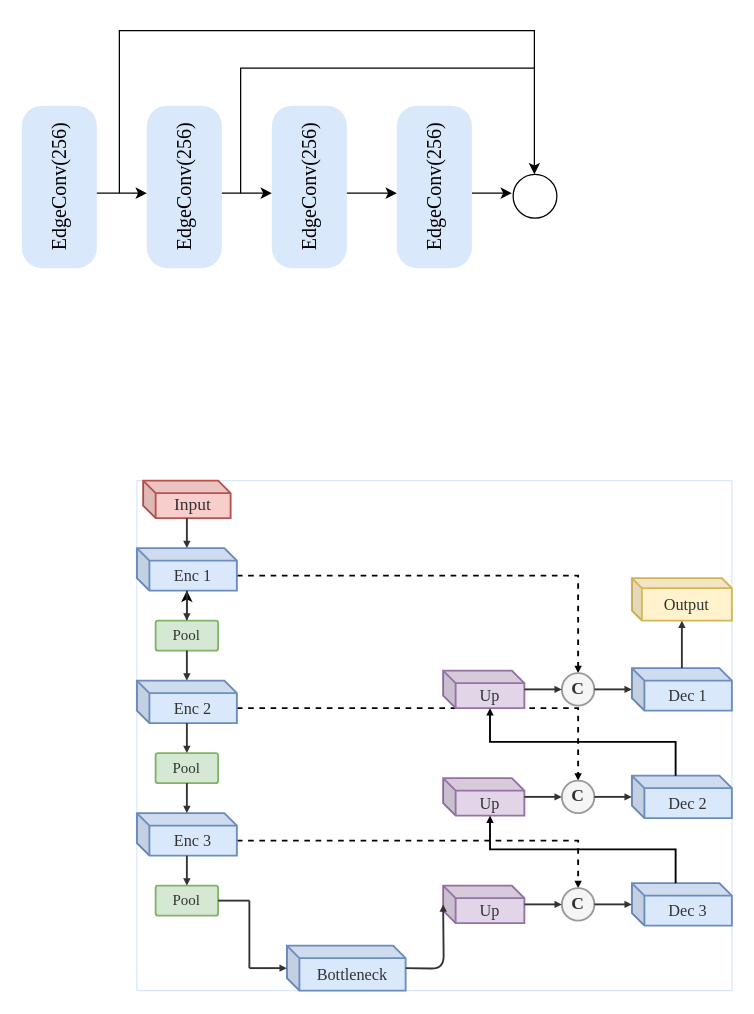
The draw.io diagram DrivAerNet_RegGDCNN.drawio in bojunZhang-heng/science_drawing, before the edit. Source tidied: cells renumbered, new cells numbered last; positions are measured from the earlier drawing's top-left corner, leaving out a move shared by most shapes. Both pictures are drawn from the tidied source at 125%, with x=0, y=0 at pixel (-22, 30).
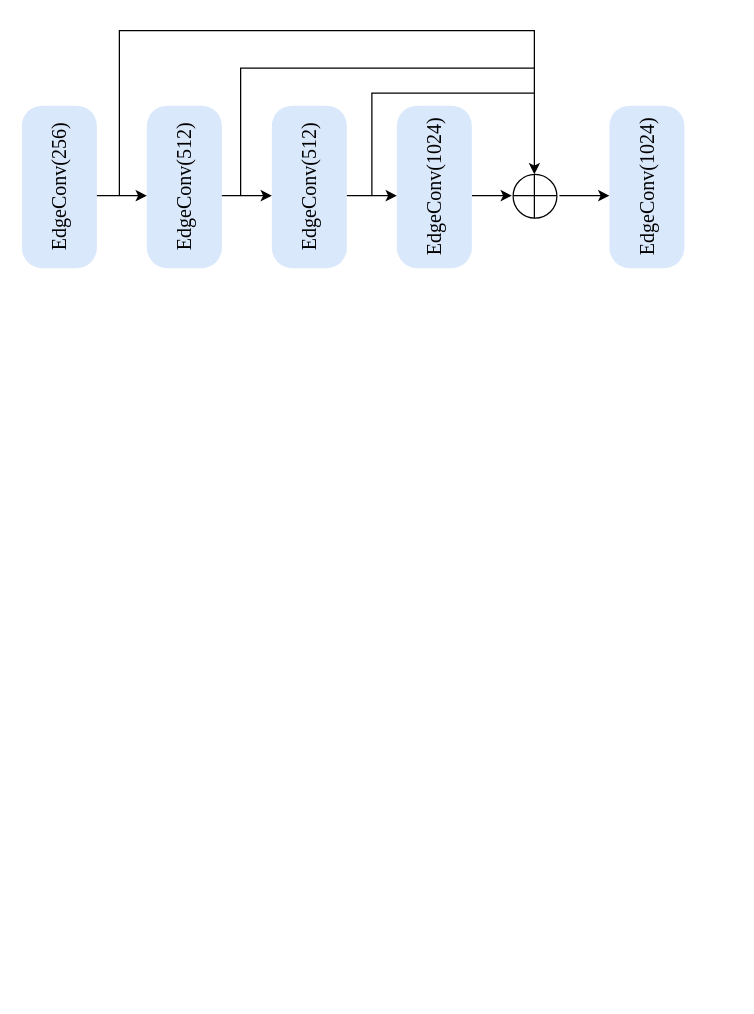
After the change.

Diff of the diagram source:
```diff
@@
-    <mxCell id="3" style="group;strokeColor=#DAE8FC;" parent="1" vertex="1">
-      <mxGeometry x="127" y="360" width="476" height="408" as="geometry" />
-    </mxCell>
-    <mxCell id="4" value="Input" style="shape=cube;whiteSpace=wrap;html=1;boundedLbl=1;backgroundOutline=1;darkOpacity=0.05;darkOpacity2=0.1;size=10;fillColor=#F8CECC;strokeColor=#B85450;fontColor=#333333;strokeWidth=1.5;fontSize=14;fontFamily=Times New Roman;verticalAlign=middle;" parent="3" vertex="1">
-      <mxGeometry x="5" width="70" height="30" as="geometry" />
-    </mxCell>
-    <mxCell id="5" style="edgeStyle=orthogonalEdgeStyle;shape=connector;rounded=0;jettySize=auto;html=1;exitX=0;exitY=0;exitDx=80;exitDy=22;exitPerimeter=0;entryX=0.5;entryY=0;entryDx=0;entryDy=0;strokeColor=default;strokeWidth=1.5;align=center;verticalAlign=middle;fontFamily=Helvetica;fontSize=11;fontColor=default;endArrow=block;endFill=1;endSize=2;dashed=1;defaultLabelBackgroundColor=page;" parent="3" edge="1" source="6" target="23">
-      <mxGeometry relative="1" as="geometry" />
-    </mxCell>
-    <mxCell id="6" value="Enc 1" style="shape=cube;whiteSpace=wrap;html=1;boundedLbl=1;backgroundOutline=1;darkOpacity=0.05;darkOpacity2=0.1;size=10;fillColor=#DAE8FC;strokeColor=#6C8EBF;fontColor=#333333;strokeWidth=1.5;fontSize=13;fontFamily=Times New Roman;verticalAlign=middle;" parent="3" vertex="1">
-      <mxGeometry y="54" width="80" height="34" as="geometry" />
-    </mxCell>
-    <mxCell id="7" style="edgeStyle=orthogonalEdgeStyle;rounded=0;jettySize=auto;html=1;defaultLabelBackgroundColor=page;" parent="3" edge="1" source="8" target="6">
-      <mxGeometry relative="1" as="geometry" />
-    </mxCell>
-    <mxCell id="8" value="Pool" style="rounded=1;arcSize=8;whiteSpace=wrap;html=1;fillColor=#D5E8D4;strokeColor=#82B366;fontColor=#333333;strokeWidth=1.5;fontSize=12;fontFamily=Times New Roman;" parent="3" vertex="1">
-      <mxGeometry x="15" y="112" width="50" height="24" as="geometry" />
-    </mxCell>
-    <mxCell id="9" style="edgeStyle=orthogonalEdgeStyle;shape=connector;rounded=0;jettySize=auto;html=1;exitX=0;exitY=0;exitDx=80;exitDy=22;exitPerimeter=0;entryX=0.5;entryY=0;entryDx=0;entryDy=0;strokeColor=default;strokeWidth=1.5;align=center;verticalAlign=middle;fontFamily=Helvetica;fontSize=11;fontColor=default;endArrow=block;endFill=1;endSize=2;dashed=1;defaultLabelBackgroundColor=page;" parent="3" edge="1" source="10" target="20">
-      <mxGeometry relative="1" as="geometry" />
-    </mxCell>
-    <mxCell id="10" value="Enc 2" style="shape=cube;whiteSpace=wrap;html=1;boundedLbl=1;backgroundOutline=1;darkOpacity=0.05;darkOpacity2=0.1;size=10;fillColor=#DAE8FC;strokeColor=#6C8EBF;fontColor=#333333;strokeWidth=1.5;fontSize=13;fontFamily=Times New Roman;verticalAlign=middle;" parent="3" vertex="1">
-      <mxGeometry y="160" width="80" height="34" as="geometry" />
-    </mxCell>
-    <mxCell id="11" value="Pool" style="rounded=1;arcSize=8;whiteSpace=wrap;html=1;fillColor=#D5E8D4;strokeColor=#82B366;fontColor=#333333;strokeWidth=1.5;fontSize=12;fontFamily=Times New Roman;" parent="3" vertex="1">
-      <mxGeometry x="15" y="218" width="50" height="24" as="geometry" />
-    </mxCell>
-    <mxCell id="12" style="edgeStyle=orthogonalEdgeStyle;rounded=0;jettySize=auto;html=1;exitX=0;exitY=0;exitDx=80;exitDy=22;exitPerimeter=0;entryX=0.5;entryY=0;entryDx=0;entryDy=0;endSize=2;strokeWidth=1.5;endArrow=block;endFill=1;dashed=1;defaultLabelBackgroundColor=page;" parent="3" edge="1" source="13" target="17">
-      <mxGeometry relative="1" as="geometry" />
-    </mxCell>
-    <mxCell id="13" value="Enc 3" style="shape=cube;whiteSpace=wrap;html=1;boundedLbl=1;backgroundOutline=1;darkOpacity=0.05;darkOpacity2=0.1;size=10;fillColor=#DAE8FC;strokeColor=#6C8EBF;fontColor=#333333;strokeWidth=1.5;fontSize=13;fontFamily=Times New Roman;verticalAlign=middle;" parent="3" vertex="1">
-      <mxGeometry y="266" width="80" height="34" as="geometry" />
-    </mxCell>
-    <mxCell id="14" value="Pool" style="rounded=1;arcSize=8;whiteSpace=wrap;html=1;fillColor=#D5E8D4;strokeColor=#82B366;fontColor=#333333;strokeWidth=1.5;fontSize=12;fontFamily=Times New Roman;" parent="3" vertex="1">
-      <mxGeometry x="15" y="324" width="50" height="24" as="geometry" />
-    </mxCell>
-    <mxCell id="15" value="Bottleneck" style="shape=cube;whiteSpace=wrap;html=1;boundedLbl=1;backgroundOutline=1;darkOpacity=0.05;darkOpacity2=0.1;size=10;fillColor=#DAE8FC;strokeColor=#6C8EBF;fontColor=#333333;strokeWidth=1.5;fontSize=13;fontFamily=Times New Roman;verticalAlign=middle;" parent="3" vertex="1">
-      <mxGeometry x="120" y="372" width="95" height="36" as="geometry" />
-    </mxCell>
-    <mxCell id="16" value="Up" style="shape=cube;whiteSpace=wrap;html=1;boundedLbl=1;backgroundOutline=1;darkOpacity=0.05;darkOpacity2=0.1;size=10;fillColor=#E1D5E7;strokeColor=#9673A6;fontColor=#333333;strokeWidth=1.5;fontSize=13;fontFamily=Times New Roman;verticalAlign=middle;" parent="3" vertex="1">
-      <mxGeometry x="245" y="324" width="65" height="30" as="geometry" />
-    </mxCell>
-    <mxCell id="17" value="C" style="shape=ellipse;whiteSpace=wrap;html=1;fillColor=#F5F5F5;strokeColor=#999999;fontColor=#333333;strokeWidth=1.5;fontSize=14;fontFamily=Times New Roman;fontStyle=1;" parent="3" vertex="1">
-      <mxGeometry x="340" y="326" width="26" height="26" as="geometry" />
-    </mxCell>
-    <mxCell id="18" value="Dec 3" style="shape=cube;whiteSpace=wrap;html=1;boundedLbl=1;backgroundOutline=1;darkOpacity=0.05;darkOpacity2=0.1;size=10;fillColor=#DAE8FC;strokeColor=#6C8EBF;fontColor=#333333;strokeWidth=1.5;fontSize=13;fontFamily=Times New Roman;verticalAlign=middle;" parent="3" vertex="1">
-      <mxGeometry x="396" y="322" width="80" height="34" as="geometry" />
-    </mxCell>
-    <mxCell id="19" value="Up" style="shape=cube;whiteSpace=wrap;html=1;boundedLbl=1;backgroundOutline=1;darkOpacity=0.05;darkOpacity2=0.1;size=10;fillColor=#E1D5E7;strokeColor=#9673A6;fontColor=#333333;strokeWidth=1.5;fontSize=13;fontFamily=Times New Roman;verticalAlign=middle;" parent="3" vertex="1">
-      <mxGeometry x="245" y="238" width="65" height="30" as="geometry" />
-    </mxCell>
-    <mxCell id="20" value="C" style="shape=ellipse;whiteSpace=wrap;html=1;fillColor=#F5F5F5;strokeColor=#999999;fontColor=#333333;strokeWidth=1.5;fontSize=14;fontFamily=Times New Roman;fontStyle=1;" parent="3" vertex="1">
-      <mxGeometry x="340" y="240" width="26" height="26" as="geometry" />
-    </mxCell>
-    <mxCell id="21" value="Dec 2" style="shape=cube;whiteSpace=wrap;html=1;boundedLbl=1;backgroundOutline=1;darkOpacity=0.05;darkOpacity2=0.1;size=10;fillColor=#DAE8FC;strokeColor=#6C8EBF;fontColor=#333333;strokeWidth=1.5;fontSize=13;fontFamily=Times New Roman;verticalAlign=middle;" parent="3" vertex="1">
-      <mxGeometry x="396" y="236" width="80" height="34" as="geometry" />
-    </mxCell>
-    <mxCell id="22" value="Up" style="shape=cube;whiteSpace=wrap;html=1;boundedLbl=1;backgroundOutline=1;darkOpacity=0.05;darkOpacity2=0.1;size=10;fillColor=#E1D5E7;strokeColor=#9673A6;fontColor=#333333;strokeWidth=1.5;fontSize=13;fontFamily=Times New Roman;verticalAlign=middle;" parent="3" vertex="1">
-      <mxGeometry x="245" y="152" width="65" height="30" as="geometry" />
-    </mxCell>
-    <mxCell id="23" value="C" style="shape=ellipse;whiteSpace=wrap;html=1;fillColor=#F5F5F5;strokeColor=#999999;fontColor=#333333;strokeWidth=1.5;fontSize=14;fontFamily=Times New Roman;fontStyle=1;" parent="3" vertex="1">
-      <mxGeometry x="340" y="154" width="26" height="26" as="geometry" />
-    </mxCell>
-    <mxCell id="24" value="Dec 1" style="shape=cube;whiteSpace=wrap;html=1;boundedLbl=1;backgroundOutline=1;darkOpacity=0.05;darkOpacity2=0.1;size=10;fillColor=#DAE8FC;strokeColor=#6C8EBF;fontColor=#333333;strokeWidth=1.5;fontSize=13;fontFamily=Times New Roman;verticalAlign=middle;" parent="3" vertex="1">
-      <mxGeometry x="396" y="150" width="80" height="34" as="geometry" />
-    </mxCell>
-    <mxCell id="25" value="Output" style="shape=cube;whiteSpace=wrap;html=1;boundedLbl=1;backgroundOutline=1;darkOpacity=0.05;darkOpacity2=0.1;size=8;fillColor=#FFF2CC;strokeColor=#D6B656;fontColor=#333333;strokeWidth=1.5;fontSize=13;fontFamily=Times New Roman;verticalAlign=middle;" parent="3" vertex="1">
-      <mxGeometry x="396" y="78" width="80" height="34" as="geometry" />
-    </mxCell>
-    <mxCell id="26" style="edgeStyle=orthogonalEdgeStyle;rounded=1;html=1;strokeColor=#333333;strokeWidth=1.5;endSize=2;endArrow=block;endFill=1;fontSize=12;fontFamily=Times New Roman;fontColor=#333333;defaultLabelBackgroundColor=page;" parent="3" edge="1">
-      <mxGeometry relative="1" as="geometry">
-        <mxPoint x="40" y="30" as="sourcePoint" />
-        <mxPoint x="40" y="54" as="targetPoint" />
-      </mxGeometry>
-    </mxCell>
-    <mxCell id="27" style="edgeStyle=orthogonalEdgeStyle;rounded=1;html=1;strokeColor=#333333;strokeWidth=1.5;endSize=2;endArrow=block;endFill=1;fontSize=12;fontFamily=Times New Roman;fontColor=#333333;defaultLabelBackgroundColor=page;" parent="3" edge="1">
-      <mxGeometry relative="1" as="geometry">
-        <mxPoint x="40" y="88" as="sourcePoint" />
-        <mxPoint x="40" y="112" as="targetPoint" />
-      </mxGeometry>
-    </mxCell>
-    <mxCell id="28" style="edgeStyle=orthogonalEdgeStyle;rounded=1;html=1;strokeColor=#333333;strokeWidth=1.5;endSize=2;endArrow=block;endFill=1;fontSize=12;fontFamily=Times New Roman;fontColor=#333333;defaultLabelBackgroundColor=page;" parent="3" edge="1">
-      <mxGeometry relative="1" as="geometry">
-        <mxPoint x="40" y="136" as="sourcePoint" />
-        <mxPoint x="40" y="160" as="targetPoint" />
-      </mxGeometry>
-    </mxCell>
-    <mxCell id="29" style="edgeStyle=orthogonalEdgeStyle;rounded=1;html=1;strokeColor=#333333;strokeWidth=1.5;endSize=2;endArrow=block;endFill=1;fontSize=12;fontFamily=Times New Roman;fontColor=#333333;defaultLabelBackgroundColor=page;" parent="3" edge="1">
-      <mxGeometry relative="1" as="geometry">
-        <mxPoint x="40" y="194" as="sourcePoint" />
-        <mxPoint x="40" y="218" as="targetPoint" />
-      </mxGeometry>
-    </mxCell>
-    <mxCell id="30" style="edgeStyle=orthogonalEdgeStyle;rounded=1;html=1;strokeColor=#333333;strokeWidth=1.5;endSize=2;endArrow=block;endFill=1;fontSize=12;fontFamily=Times New Roman;fontColor=#333333;defaultLabelBackgroundColor=page;" parent="3" edge="1">
-      <mxGeometry relative="1" as="geometry">
-        <mxPoint x="40" y="242" as="sourcePoint" />
-        <mxPoint x="40" y="266" as="targetPoint" />
-      </mxGeometry>
-    </mxCell>
-    <mxCell id="31" style="edgeStyle=orthogonalEdgeStyle;rounded=1;html=1;strokeColor=#333333;strokeWidth=1.5;endSize=2;endArrow=block;endFill=1;fontSize=12;fontFamily=Times New Roman;fontColor=#333333;defaultLabelBackgroundColor=page;" parent="3" edge="1">
-      <mxGeometry relative="1" as="geometry">
-        <mxPoint x="40" y="300" as="sourcePoint" />
-        <mxPoint x="40" y="324" as="targetPoint" />
-      </mxGeometry>
-    </mxCell>
-    <mxCell id="32" style="edgeStyle=orthogonalEdgeStyle;rounded=1;html=1;strokeColor=#333333;strokeWidth=1.5;endArrow=none;endFill=0;fontSize=12;fontFamily=Times New Roman;fontColor=#333333;defaultLabelBackgroundColor=page;" parent="3" edge="1">
-      <mxGeometry relative="1" as="geometry">
-        <mxPoint x="65" y="336" as="sourcePoint" />
-        <mxPoint x="90" y="336" as="targetPoint" />
-      </mxGeometry>
-    </mxCell>
-    <mxCell id="33" style="edgeStyle=orthogonalEdgeStyle;rounded=1;html=1;strokeColor=#333333;strokeWidth=1.5;endArrow=none;endFill=0;fontSize=12;fontFamily=Times New Roman;fontColor=#333333;defaultLabelBackgroundColor=page;" parent="3" edge="1">
-      <mxGeometry relative="1" as="geometry">
-        <mxPoint x="90" y="336" as="sourcePoint" />
-        <mxPoint x="90" y="390" as="targetPoint" />
-      </mxGeometry>
-    </mxCell>
-    <mxCell id="34" style="edgeStyle=orthogonalEdgeStyle;rounded=1;html=1;strokeColor=#333333;strokeWidth=1.5;endSize=2;endArrow=block;endFill=1;fontSize=12;fontFamily=Times New Roman;fontColor=#333333;defaultLabelBackgroundColor=page;" parent="3" edge="1">
-      <mxGeometry relative="1" as="geometry">
-        <mxPoint x="90" y="390" as="sourcePoint" />
-        <mxPoint x="120" y="390" as="targetPoint" />
-      </mxGeometry>
-    </mxCell>
-    <mxCell id="35" style="edgeStyle=orthogonalEdgeStyle;rounded=1;html=1;strokeColor=#333333;strokeWidth=1.5;endSize=2;endArrow=block;endFill=1;fontSize=12;fontFamily=Times New Roman;fontColor=#333333;defaultLabelBackgroundColor=page;" parent="3" edge="1">
-      <mxGeometry relative="1" as="geometry">
-        <mxPoint x="215" y="390" as="sourcePoint" />
-        <mxPoint x="245" y="339" as="targetPoint" />
-      </mxGeometry>
-    </mxCell>
-    <mxCell id="36" style="edgeStyle=orthogonalEdgeStyle;rounded=1;html=1;strokeColor=#333333;strokeWidth=1.5;endSize=2;endArrow=block;endFill=1;fontSize=12;fontFamily=Times New Roman;fontColor=#333333;defaultLabelBackgroundColor=page;" parent="3" edge="1">
-      <mxGeometry relative="1" as="geometry">
-        <mxPoint x="310" y="339" as="sourcePoint" />
-        <mxPoint x="340" y="339" as="targetPoint" />
-      </mxGeometry>
-    </mxCell>
-    <mxCell id="37" style="edgeStyle=orthogonalEdgeStyle;rounded=1;html=1;strokeColor=#333333;strokeWidth=1.5;endSize=2;endArrow=block;endFill=1;fontSize=12;fontFamily=Times New Roman;fontColor=#333333;defaultLabelBackgroundColor=page;" parent="3" edge="1">
-      <mxGeometry relative="1" as="geometry">
-        <mxPoint x="366" y="339" as="sourcePoint" />
-        <mxPoint x="396" y="339" as="targetPoint" />
-      </mxGeometry>
-    </mxCell>
-    <mxCell id="38" style="edgeStyle=orthogonalEdgeStyle;rounded=1;html=1;strokeColor=#333333;strokeWidth=1.5;endSize=2;endArrow=block;endFill=1;fontSize=12;fontFamily=Times New Roman;fontColor=#333333;defaultLabelBackgroundColor=page;" parent="3" edge="1">
-      <mxGeometry relative="1" as="geometry">
-        <mxPoint x="310" y="253" as="sourcePoint" />
-        <mxPoint x="340" y="253" as="targetPoint" />
-      </mxGeometry>
-    </mxCell>
-    <mxCell id="39" style="edgeStyle=orthogonalEdgeStyle;rounded=1;html=1;strokeColor=#333333;strokeWidth=1.5;endSize=2;endArrow=block;endFill=1;fontSize=12;fontFamily=Times New Roman;fontColor=#333333;defaultLabelBackgroundColor=page;" parent="3" edge="1">
-      <mxGeometry relative="1" as="geometry">
-        <mxPoint x="366" y="253" as="sourcePoint" />
-        <mxPoint x="396" y="253" as="targetPoint" />
-      </mxGeometry>
-    </mxCell>
-    <mxCell id="40" style="edgeStyle=orthogonalEdgeStyle;rounded=1;html=1;strokeColor=#333333;strokeWidth=1.5;endSize=2;endArrow=block;endFill=1;fontSize=12;fontFamily=Times New Roman;fontColor=#333333;defaultLabelBackgroundColor=page;" parent="3" edge="1">
-      <mxGeometry relative="1" as="geometry">
-        <mxPoint x="310" y="167" as="sourcePoint" />
-        <mxPoint x="340" y="167" as="targetPoint" />
-      </mxGeometry>
-    </mxCell>
-    <mxCell id="41" style="edgeStyle=orthogonalEdgeStyle;rounded=1;html=1;strokeColor=#333333;strokeWidth=1.5;endSize=2;endArrow=block;endFill=1;fontSize=12;fontFamily=Times New Roman;fontColor=#333333;defaultLabelBackgroundColor=page;" parent="3" edge="1">
-      <mxGeometry relative="1" as="geometry">
-        <mxPoint x="366" y="167" as="sourcePoint" />
-        <mxPoint x="396" y="167" as="targetPoint" />
-      </mxGeometry>
-    </mxCell>
-    <mxCell id="42" style="edgeStyle=orthogonalEdgeStyle;rounded=1;html=1;strokeColor=#333333;strokeWidth=1.5;endSize=2;endArrow=block;endFill=1;fontSize=12;fontFamily=Times New Roman;fontColor=#333333;defaultLabelBackgroundColor=page;" parent="3" edge="1">
-      <mxGeometry relative="1" as="geometry">
-        <mxPoint x="436" y="150" as="sourcePoint" />
-        <mxPoint x="436" y="112" as="targetPoint" />
-      </mxGeometry>
-    </mxCell>
-    <mxCell id="43" style="edgeStyle=orthogonalEdgeStyle;shape=connector;rounded=0;jettySize=auto;html=1;exitX=0;exitY=0;exitDx=35;exitDy=0;exitPerimeter=0;entryX=0;entryY=0;entryDx=37.5;entryDy=29.999999999999996;entryPerimeter=0;strokeColor=default;strokeWidth=1.5;align=center;verticalAlign=middle;fontFamily=Helvetica;fontSize=11;fontColor=default;endArrow=block;endFill=1;endSize=2;defaultLabelBackgroundColor=page;" parent="3" edge="1" source="21" target="22">
-      <mxGeometry relative="1" as="geometry" />
-    </mxCell>
-    <mxCell id="44" style="edgeStyle=orthogonalEdgeStyle;shape=connector;rounded=0;jettySize=auto;html=1;exitX=0;exitY=0;exitDx=35;exitDy=0;exitPerimeter=0;entryX=0;entryY=0;entryDx=37.5;entryDy=29.999999999999996;entryPerimeter=0;strokeColor=default;strokeWidth=1.5;align=center;verticalAlign=middle;fontFamily=Helvetica;fontSize=11;fontColor=default;endArrow=block;endFill=1;endSize=2;defaultLabelBackgroundColor=page;" parent="3" edge="1" source="18" target="19">
-      <mxGeometry relative="1" as="geometry" />
-    </mxCell>
-    <mxCell id="45" value="&lt;font style=&quot;font-size: 16px;&quot; face=&quot;Times New Roman&quot;&gt;EdgeConv(256)&lt;/font&gt;" style="rounded=1;whiteSpace=wrap;html=1;roundedPerimeter=1;rotation=-90;arcSize=27;fillColor=light-dark(#DAE8FC,#99FF99);strokeColor=none;fillStyle=auto;" parent="1" vertex="1">
+    <mxCell id="45" value="&lt;font style=&quot;font-size: 16px;&quot;&gt;EdgeConv(512)&lt;/font&gt;" style="rounded=1;whiteSpace=wrap;html=1;roundedPerimeter=1;rotation=-90;arcSize=27;fillColor=light-dark(#DAE8FC,#99FF99);strokeColor=none;fillStyle=auto;fontFamily=Times New Roman;" parent="1" vertex="1">
       <mxGeometry x="100" y="95" width="130" height="60" as="geometry" />
     </mxCell>
-    <mxCell id="46" value="&lt;font style=&quot;font-size: 16px;&quot; face=&quot;Times New Roman&quot;&gt;EdgeConv(256)&lt;/font&gt;" style="rounded=1;whiteSpace=wrap;html=1;roundedPerimeter=1;rotation=-90;arcSize=27;fillColor=light-dark(#DAE8FC,#99FF99);strokeColor=none;fillStyle=auto;" parent="1" vertex="1">
+    <mxCell id="46" value="&lt;font style=&quot;font-size: 16px;&quot; face=&quot;Times New Roman&quot;&gt;EdgeConv(512)&lt;/font&gt;" style="rounded=1;whiteSpace=wrap;html=1;roundedPerimeter=1;rotation=-90;arcSize=27;fillColor=light-dark(#DAE8FC,#99FF99);strokeColor=none;fillStyle=auto;" parent="1" vertex="1">
       <mxGeometry x="200" y="95" width="130" height="60" as="geometry" />
     </mxCell>
     <mxCell id="47" style="rounded=0;orthogonalLoop=1;jettySize=auto;html=1;defaultLabelBackgroundColor=page;exitX=0.5;exitY=1;exitDx=0;exitDy=0;" parent="1" edge="1">
       <mxGeometry relative="1" as="geometry">
-        <mxPoint x="395" y="130" as="sourcePoint" />
-        <mxPoint x="427" y="130" as="targetPoint" />
+        <mxPoint x="395" y="132" as="sourcePoint" />
+        <mxPoint x="427" y="132" as="targetPoint" />
       </mxGeometry>
     </mxCell>
-    <mxCell id="48" value="&lt;font style=&quot;font-size: 16px;&quot; face=&quot;Times New Roman&quot;&gt;EdgeConv(256)&lt;/font&gt;" style="rounded=1;whiteSpace=wrap;html=1;roundedPerimeter=1;rotation=-90;arcSize=27;fillColor=light-dark(#DAE8FC,#99FF99);strokeColor=none;fillStyle=auto;" parent="1" vertex="1">
+    <mxCell id="48" value="&lt;font style=&quot;font-size: 16px;&quot; face=&quot;Times New Roman&quot;&gt;EdgeConv(1024)&lt;/font&gt;" style="rounded=1;whiteSpace=wrap;html=1;roundedPerimeter=1;rotation=-90;arcSize=27;fillColor=light-dark(#DAE8FC,#99FF99);strokeColor=none;fillStyle=auto;" parent="1" vertex="1">
       <mxGeometry x="300" y="95" width="130" height="60" as="geometry" />
     </mxCell>
     <mxCell id="49" style="endArrow=classic;html=1;rounded=0;defaultLabelBackgroundColor=page;" parent="1" edge="1">
       <mxGeometry relative="1" as="geometry">
-        <mxPoint x="95" y="130" as="sourcePoint" />
-        <mxPoint x="135" y="130" as="targetPoint" />
+        <mxPoint x="95" y="132" as="sourcePoint" />
+        <mxPoint x="135" y="132" as="targetPoint" />
       </mxGeometry>
     </mxCell>
     <mxCell id="50" style="endArrow=classic;html=1;rounded=0;defaultLabelBackgroundColor=page;" parent="1" edge="1">
       <mxGeometry relative="1" as="geometry">
-        <mxPoint x="195" y="130" as="sourcePoint" />
-        <mxPoint x="235" y="130" as="targetPoint" />
+        <mxPoint x="195" y="132" as="sourcePoint" />
+        <mxPoint x="235" y="132" as="targetPoint" />
       </mxGeometry>
     </mxCell>
     <mxCell id="51" style="endArrow=classic;html=1;rounded=0;defaultLabelBackgroundColor=page;" parent="1" edge="1">
       <mxGeometry relative="1" as="geometry">
-        <mxPoint x="295" y="130" as="sourcePoint" />
-        <mxPoint x="335" y="130" as="targetPoint" />
+        <mxPoint x="295" y="132" as="sourcePoint" />
+        <mxPoint x="335" y="132" as="targetPoint" />
       </mxGeometry>
     </mxCell>
     <mxCell id="52" style="endArrow=classic;html=1;rounded=0;defaultLabelBackgroundColor=page;edgeStyle=orthogonalEdgeStyle;" parent="1" edge="1">
       <mxGeometry x="-0.67" relative="1" as="geometry">
-        <mxPoint x="113" y="130" as="sourcePoint" />
+        <mxPoint x="113" y="132" as="sourcePoint" />
         <mxPoint x="445" y="115" as="targetPoint" />
         <Array as="points">
           <mxPoint x="113" />
           <mxPoint x="445" />
         </Array>
       </mxGeometry>
     </mxCell>
     <mxCell id="53" style="endArrow=none;html=1;rounded=0;defaultLabelBackgroundColor=page;edgeStyle=orthogonalEdgeStyle;" parent="1" edge="1">
       <mxGeometry x="-0.7" relative="1" as="geometry">
-        <mxPoint x="210" y="130" as="sourcePoint" />
+        <mxPoint x="210" y="132" as="sourcePoint" />
         <mxPoint x="445" y="30" as="targetPoint" />
         <Array as="points">
           <mxPoint x="210" y="30" />
         </Array>
       </mxGeometry>
     </mxCell>
@@
+    <mxCell id="55" style="endArrow=none;html=1;rounded=1;defaultLabelBackgroundColor=page;endSize=8;curved=0;" parent="1" edge="1">
+      <mxGeometry relative="1" as="geometry">
+        <mxPoint x="428" y="132" as="sourcePoint" />
+        <mxPoint x="463" y="132" as="targetPoint" />
+      </mxGeometry>
+    </mxCell>
+    <mxCell id="56" style="endArrow=none;html=1;rounded=0;defaultLabelBackgroundColor=page;" parent="1" edge="1">
+      <mxGeometry relative="1" as="geometry">
+        <mxPoint x="445" y="115" as="sourcePoint" />
+        <mxPoint x="445" y="150" as="targetPoint" />
+      </mxGeometry>
+    </mxCell>
+    <mxCell id="57" value="&lt;font style=&quot;font-size: 16px;&quot; face=&quot;Times New Roman&quot;&gt;EdgeConv(1024)&lt;/font&gt;" style="rounded=1;whiteSpace=wrap;html=1;roundedPerimeter=1;rotation=-90;arcSize=27;fillColor=light-dark(#DAE8FC,#99FF99);strokeColor=none;fillStyle=auto;" parent="1" vertex="1">
+      <mxGeometry x="470" y="95" width="130" height="60" as="geometry" />
+    </mxCell>
+    <mxCell id="58" style="endArrow=none;html=1;rounded=0;defaultLabelBackgroundColor=page;edgeStyle=orthogonalEdgeStyle;endFill=0;" parent="1" edge="1">
+      <mxGeometry x="-0.33" relative="1" as="geometry">
+        <mxPoint x="315" y="132" as="sourcePoint" />
+        <mxPoint x="445" y="50" as="targetPoint" />
+        <Array as="points">
+          <mxPoint x="315" y="50" />
+        </Array>
+      </mxGeometry>
+    </mxCell>
+    <mxCell id="59" style="endArrow=classic;html=1;rounded=0;defaultLabelBackgroundColor=page;endFill=1;" parent="1" edge="1">
+      <mxGeometry relative="1" as="geometry">
+        <mxPoint x="465" y="132" as="sourcePoint" />
+        <mxPoint x="505" y="132" as="targetPoint" />
+      </mxGeometry>
+    </mxCell>
```
